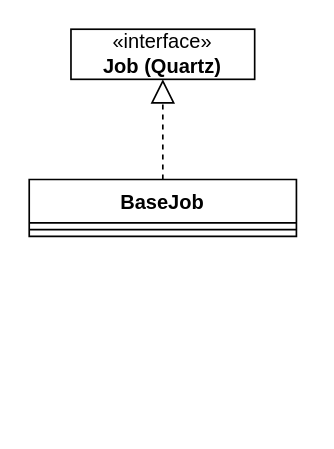
Before: QRouting.drawio in PramodNegi/problem-solving-techniques, a draw.io diagram. Source tidied: cells renumbered, new cells numbered last; positions are measured from the earlier drawing's top-left corner, leaving out a move shared by most shapes. Both pictures are drawn from the tidied source at 167%, with x=0, y=0 at pixel (28, 28).
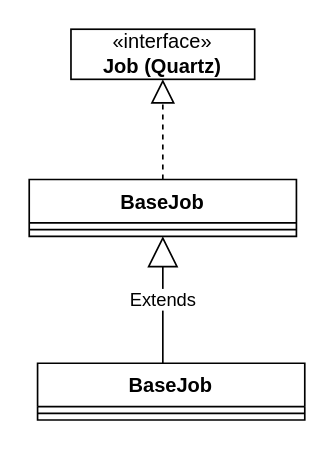
Above is the later version.

Change to the diagram source:
```diff
@@
 <mxGraphModel>
   <root>
     <mxCell id="0" />
     <mxCell id="1" parent="0" />
     <mxCell id="2" value="«interface»&lt;br&gt;&lt;b&gt;Job (Quartz)&lt;/b&gt;" style="html=1;whiteSpace=wrap;" parent="1" vertex="1">
       <mxGeometry x="25" width="110" height="30" as="geometry" />
     </mxCell>
     <mxCell id="3" style="endArrow=block;dashed=1;endFill=0;endSize=12;html=1;rounded=0;entryX=0.5;entryY=1;entryDx=0;entryDy=0;" parent="1" edge="1" target="2">
       <mxGeometry relative="1" as="geometry">
         <mxPoint x="80" y="90" as="sourcePoint" />
       </mxGeometry>
     </mxCell>
     <mxCell id="4" value="BaseJob" style="swimlane;fontStyle=1;align=center;verticalAlign=top;horizontal=1;startSize=26;whiteSpace=wrap;html=1;" parent="1" vertex="1">
       <mxGeometry y="90" width="160" height="34" as="geometry" />
     </mxCell>
     <mxCell id="5" style="line;strokeWidth=1;fillColor=none;align=left;verticalAlign=middle;spacingTop=-1;spacingLeft=3;spacingRight=3;labelPosition=right;strokeColor=inherit;" parent="4" vertex="1">
       <mxGeometry y="26" width="160" height="8" as="geometry" />
     </mxCell>
+    <mxCell id="6" value="Extends" style="endArrow=block;endSize=16;endFill=0;html=1;rounded=0;entryX=0.5;entryY=1;entryDx=0;entryDy=0;" parent="1" edge="1" target="4">
+      <mxGeometry relative="1" as="geometry">
+        <mxPoint x="80" y="200" as="sourcePoint" />
+      </mxGeometry>
+    </mxCell>
+    <mxCell id="7" value="BaseJob" style="swimlane;fontStyle=1;align=center;verticalAlign=top;horizontal=1;startSize=26;whiteSpace=wrap;html=1;" parent="1" vertex="1">
+      <mxGeometry x="5" y="200" width="160" height="34" as="geometry" />
+    </mxCell>
+    <mxCell id="8" style="line;strokeWidth=1;fillColor=none;align=left;verticalAlign=middle;spacingTop=-1;spacingLeft=3;spacingRight=3;labelPosition=right;strokeColor=inherit;" parent="7" vertex="1">
+      <mxGeometry y="26" width="160" height="8" as="geometry" />
+    </mxCell>
   </root>
 </mxGraphModel>
```
